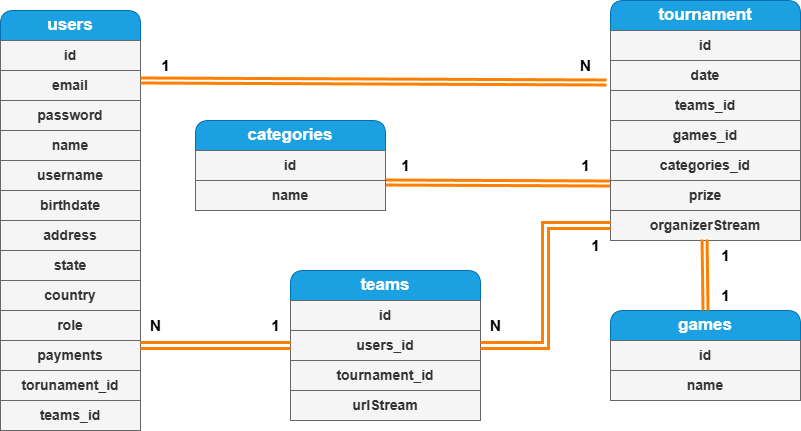
The draw.io diagram Diagrama Entidad Relaciones Game Stream Tournament.drawio.png in FabricioIrazoqui/DiagramaEntidad-GameStreamTorunament, before a commit. Source tidied: cells renumbered, new cells last; positions are measured from the earlier drawing's top-left corner, leaving out a move shared by most shapes.
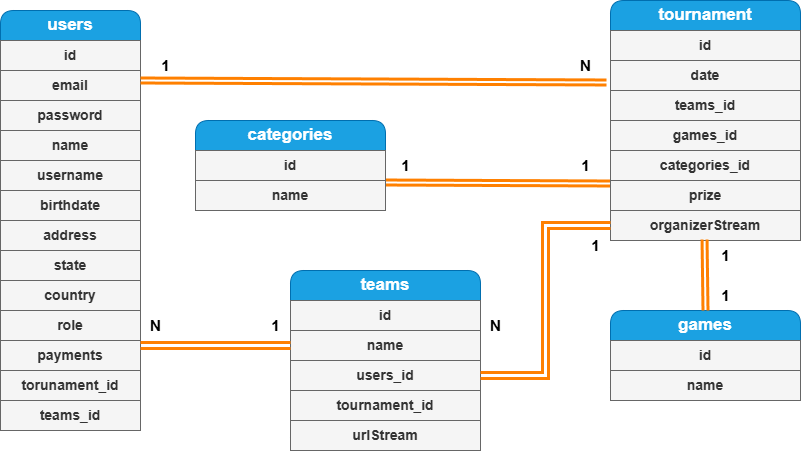
The same diagram one commit later.

Diff of the diagram source:
```diff
@@ -72,19 +72,22 @@
       <mxGeometry y="210" width="190" height="30" as="geometry" />
     </mxCell>
     <mxCell id="25" value="&lt;span style=&quot;font-size: 17px;&quot;&gt;&lt;b&gt;teams&lt;/b&gt;&lt;/span&gt;" style="swimlane;fontStyle=0;horizontal=1;startSize=30;whiteSpace=wrap;html=1;glass=0;rounded=1;shadow=0;swimlaneLine=1;fillColor=#1ba1e2;strokeColor=#006EAF;fontColor=#ffffff;" parent="1" vertex="1">
-      <mxGeometry x="290" y="270" width="190" height="150" as="geometry" />
+      <mxGeometry x="290" y="270" width="190" height="180" as="geometry" />
     </mxCell>
     <mxCell id="26" value="id" style="text;strokeColor=#666666;fillColor=#f5f5f5;align=center;verticalAlign=middle;spacingLeft=4;spacingRight=4;overflow=hidden;whiteSpace=wrap;html=1;fontColor=#333333;fontStyle=1;fontSize=14;" parent="25" vertex="1">
       <mxGeometry y="30" width="190" height="30" as="geometry" />
     </mxCell>
+    <mxCell id="50" value="name" style="text;strokeColor=#666666;fillColor=#f5f5f5;align=center;verticalAlign=middle;spacingLeft=4;spacingRight=4;overflow=hidden;whiteSpace=wrap;html=1;fontColor=#333333;fontStyle=1;fontSize=14;" parent="25" vertex="1">
+      <mxGeometry y="60" width="190" height="30" as="geometry" />
+    </mxCell>
     <mxCell id="27" value="users_id" style="text;strokeColor=#666666;fillColor=#f5f5f5;align=center;verticalAlign=middle;spacingLeft=4;spacingRight=4;overflow=hidden;points=[[0,0.5],[1,0.5]];portConstraint=eastwest;whiteSpace=wrap;html=1;fontColor=#333333;fontStyle=1;fontSize=14;" parent="25" vertex="1">
-      <mxGeometry y="60" width="190" height="30" as="geometry" />
+      <mxGeometry y="90" width="190" height="30" as="geometry" />
     </mxCell>
     <mxCell id="28" value="tournament_id" style="text;strokeColor=#666666;fillColor=#f5f5f5;align=center;verticalAlign=middle;spacingLeft=4;spacingRight=4;overflow=hidden;whiteSpace=wrap;html=1;fontColor=#333333;fontStyle=1;fontSize=14;" parent="25" vertex="1">
-      <mxGeometry y="90" width="190" height="30" as="geometry" />
+      <mxGeometry y="120" width="190" height="30" as="geometry" />
     </mxCell>
     <mxCell id="29" value="urlStream" style="text;strokeColor=#666666;fillColor=#f5f5f5;align=center;verticalAlign=middle;spacingLeft=4;spacingRight=4;overflow=hidden;whiteSpace=wrap;html=1;fontColor=#333333;fontStyle=1;fontSize=14;" parent="25" vertex="1">
-      <mxGeometry y="120" width="190" height="30" as="geometry" />
+      <mxGeometry y="150" width="190" height="30" as="geometry" />
     </mxCell>
     <mxCell id="30" value="&lt;span style=&quot;font-size: 17px;&quot;&gt;&lt;b&gt;games&lt;/b&gt;&lt;/span&gt;" style="swimlane;fontStyle=0;horizontal=1;startSize=30;whiteSpace=wrap;html=1;glass=0;rounded=1;shadow=0;swimlaneLine=1;fillColor=#1ba1e2;strokeColor=#006EAF;fontColor=#ffffff;" parent="1" vertex="1">
       <mxGeometry x="610" y="310" width="190" height="90" as="geometry" />
@@ -127,7 +130,7 @@
     <mxCell id="42" value="&lt;font style=&quot;font-size: 15px;&quot;&gt;&lt;b&gt;1&lt;/b&gt;&lt;/font&gt;" style="text;html=1;align=center;verticalAlign=middle;strokeColor=none;fillColor=none;" parent="1" vertex="1">
       <mxGeometry x="710" y="240" width="30" height="30" as="geometry" />
     </mxCell>
-    <mxCell id="43" style="edgeStyle=none;shape=link;rounded=0;jettySize=auto;html=1;exitX=0;exitY=0.5;exitDx=0;exitDy=0;entryX=1;entryY=0.167;entryDx=0;entryDy=0;entryPerimeter=0;strokeColor=#FF8000;strokeWidth=3;" parent="1" edge="1" source="25" target="13">
+    <mxCell id="43" style="edgeStyle=none;shape=link;rounded=0;jettySize=auto;html=1;exitX=1;exitY=1.167;exitDx=0;exitDy=0;entryX=1;entryY=0.167;entryDx=0;entryDy=0;entryPerimeter=0;strokeColor=#FF8000;strokeWidth=3;exitPerimeter=0;" parent="1" edge="1" source="45" target="13">
       <mxGeometry relative="1" as="geometry" />
     </mxCell>
     <mxCell id="44" style="edgeStyle=orthogonalEdgeStyle;shape=link;rounded=0;jettySize=auto;html=1;exitX=1;exitY=0.5;exitDx=0;exitDy=0;entryX=0;entryY=0.5;entryDx=0;entryDy=0;strokeColor=#FF8000;strokeWidth=3;" parent="1" edge="1" source="27" target="24">
```
